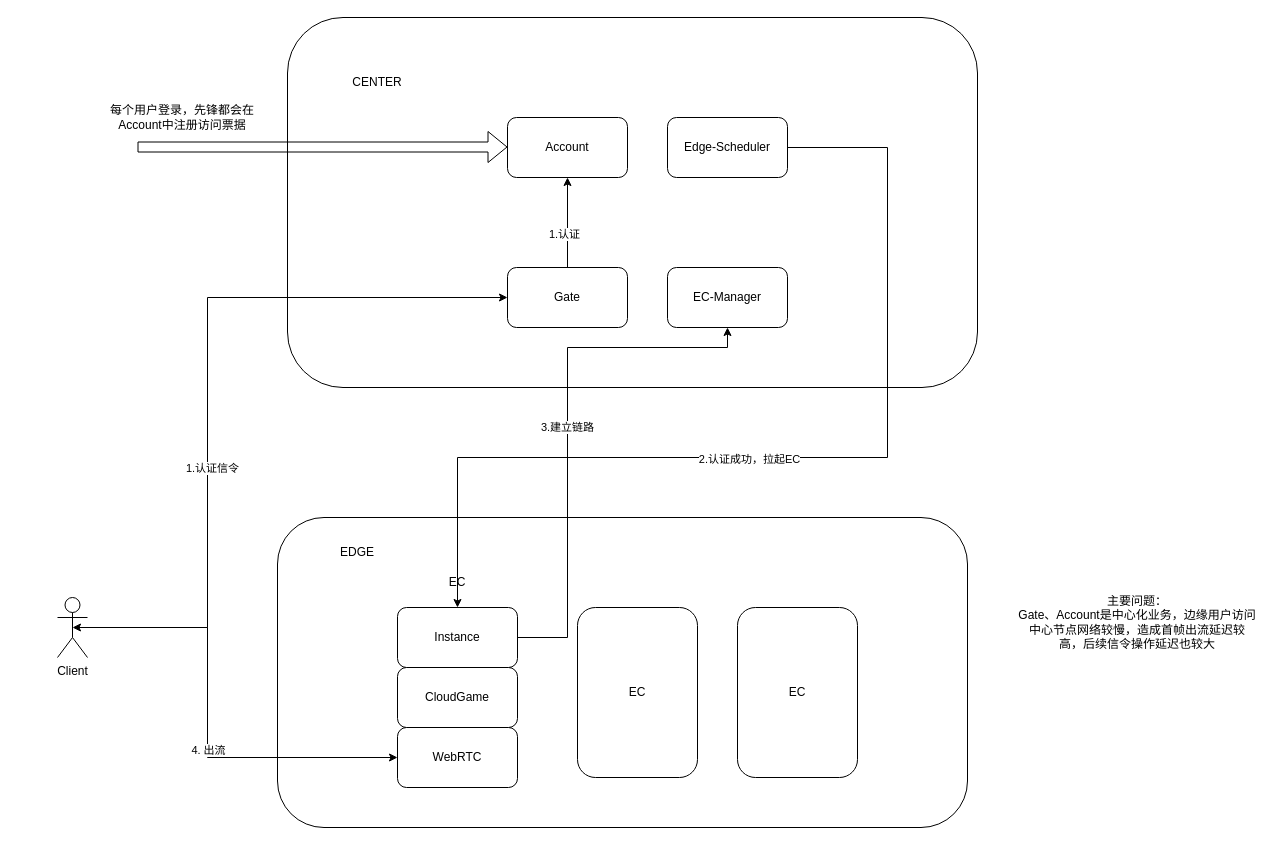
This is 云游戏架构.drawio from furick/design, a draw.io file, before an edit. Source tidied: cells renumbered, new cells numbered last; positions are measured from the earlier drawing's top-left corner, leaving out a move shared by most shapes. Both pictures are drawn from the tidied source at 100%, with x=0, y=0 at pixel (57, 17).
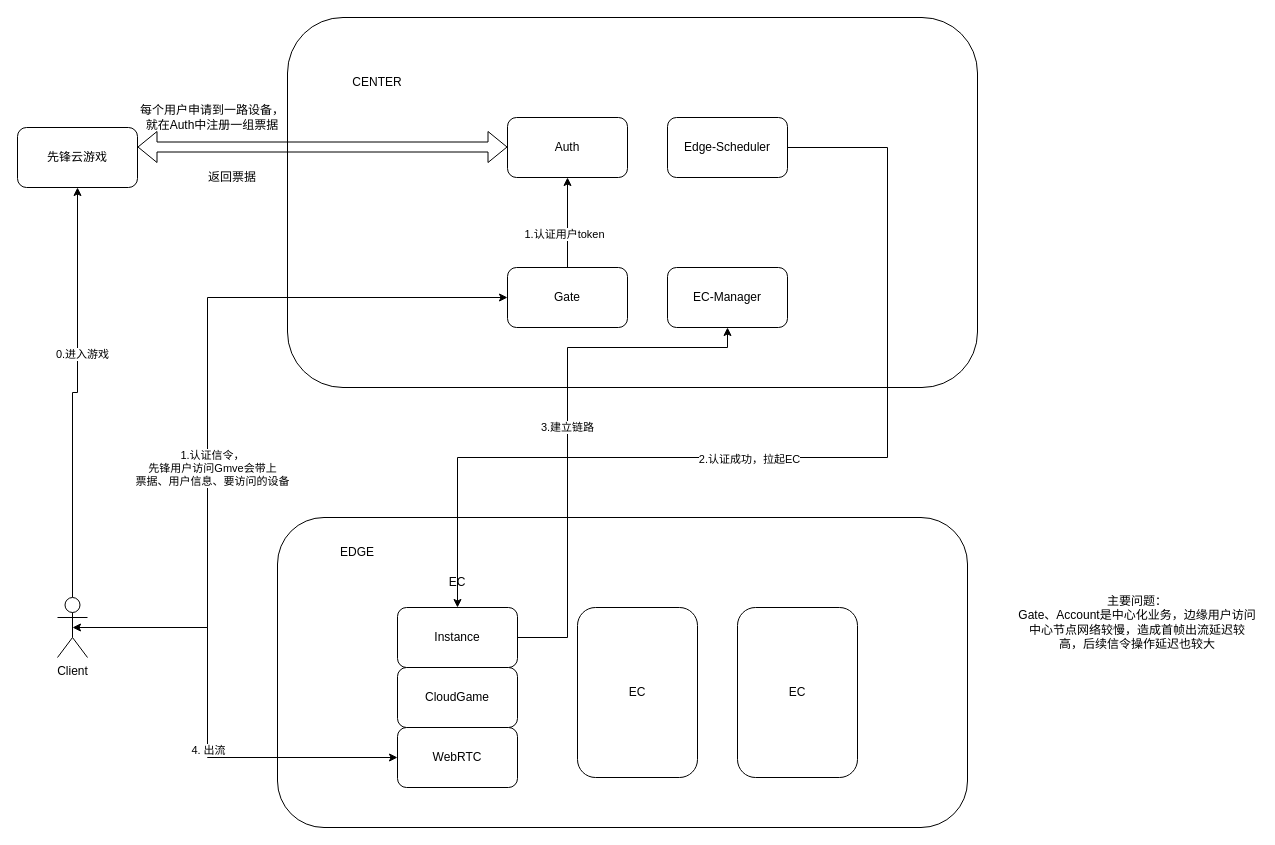
The same diagram, later.

Commit message (it also covers changes not shown here):
更新云游戏架构.drawio

The change refers to these unchanged cells:
```xml
<mxCell id="9" style="edgeStyle=orthogonalEdgeStyle;rounded=0;jettySize=auto;html=1;exitX=0.5;exitY=0;exitDx=0;exitDy=0;" parent="1" edge="1" source="11" target="4">
  <mxGeometry relative="1" as="geometry" />
</mxCell>
<mxCell id="21" style="edgeStyle=orthogonalEdgeStyle;rounded=0;jettySize=auto;html=1;exitX=0.5;exitY=0.5;exitDx=0;exitDy=0;exitPerimeter=0;entryX=0;entryY=0.5;entryDx=0;entryDy=0;startArrow=classic;startFill=1;" parent="1" edge="1" source="25" target="11">
  <mxGeometry relative="1" as="geometry">
    <Array as="points">
      <mxPoint x="150" y="610" />
      <mxPoint x="150" y="280" />
    </Array>
  </mxGeometry>
</mxCell>
<mxCell id="25" value="Client" style="shape=umlActor;verticalLabelPosition=bottom;verticalAlign=top;html=1;outlineConnect=0;" parent="1" vertex="1">
  <mxGeometry y="580" width="30" height="60" as="geometry" />
</mxCell>
```

The edit, as a diff of the source:
```diff
@@
-    <mxCell id="4" value="Account" style="rounded=1;whiteSpace=wrap;html=1;" parent="1" vertex="1">
+    <mxCell id="4" value="Auth" style="rounded=1;whiteSpace=wrap;html=1;" parent="1" vertex="1">
       <mxGeometry x="450" y="100" width="120" height="60" as="geometry" />
     </mxCell>
@@
-    <mxCell id="10" value="1.认证" style="edgeLabel;html=1;align=center;verticalAlign=middle;" parent="9" vertex="1">
+    <mxCell id="10" value="1.认证用户token" style="edgeLabel;html=1;align=center;verticalAlign=middle;" parent="9" vertex="1">
       <mxGeometry x="-0.24" y="4" relative="1" as="geometry" />
     </mxCell>
@@
-    <mxCell id="22" value="1.认证信令" style="edgeLabel;html=1;align=center;verticalAlign=middle;" parent="21" vertex="1">
+    <mxCell id="22" value="1.认证信令，&lt;br&gt;先锋用户访问Gmve会带上&lt;br&gt;票据、用户信息、要访问的设备" style="edgeLabel;html=1;align=center;verticalAlign=middle;" parent="21" vertex="1">
       <mxGeometry x="-0.23" y="-4" relative="1" as="geometry" />
     </mxCell>
@@
+    <mxCell id="29" style="edgeStyle=orthogonalEdgeStyle;rounded=0;jettySize=auto;html=1;exitX=0.5;exitY=0;exitDx=0;exitDy=0;exitPerimeter=0;entryX=0.5;entryY=1;entryDx=0;entryDy=0;" parent="1" edge="1" source="25" target="31">
+      <mxGeometry relative="1" as="geometry" />
+    </mxCell>
+    <mxCell id="30" value="0.进入游戏" style="edgeLabel;html=1;align=center;verticalAlign=middle;" parent="29" vertex="1">
+      <mxGeometry x="0.2" y="-4" relative="1" as="geometry" />
+    </mxCell>
@@
-    <mxCell id="27" style="shape=flexArrow;endArrow=classic;html=1;rounded=0;" parent="1" edge="1">
+    <mxCell id="27" style="shape=flexArrow;endArrow=classic;html=1;rounded=0;startArrow=block;" parent="1" edge="1">
       <mxGeometry relative="1" as="geometry">
         <mxPoint x="80" y="129.5" as="sourcePoint" />
         <mxPoint x="450" y="129.5" as="targetPoint" />
       </mxGeometry>
     </mxCell>
-    <mxCell id="28" value="每个用户登录，先锋都会在Account中注册访问票据" style="text;html=1;strokeColor=none;fillColor=none;align=center;verticalAlign=middle;whiteSpace=wrap;rounded=0;" parent="1" vertex="1">
-      <mxGeometry x="50" y="80" width="150" height="40" as="geometry" />
+    <mxCell id="28" value="每个用户申请到一路设备，就在Auth中注册一组票据" style="text;html=1;strokeColor=none;fillColor=none;align=center;verticalAlign=middle;whiteSpace=wrap;rounded=0;" parent="1" vertex="1">
+      <mxGeometry x="80" y="80" width="150" height="40" as="geometry" />
     </mxCell>
+    <mxCell id="31" value="先锋云游戏" style="rounded=1;whiteSpace=wrap;html=1;" parent="1" vertex="1">
+      <mxGeometry x="-40" y="110" width="120" height="60" as="geometry" />
+    </mxCell>
+    <mxCell id="32" value="返回票据" style="text;html=1;strokeColor=none;fillColor=none;align=center;verticalAlign=middle;whiteSpace=wrap;rounded=0;" parent="1" vertex="1">
+      <mxGeometry x="100" y="140" width="150" height="40" as="geometry" />
+    </mxCell>
```
